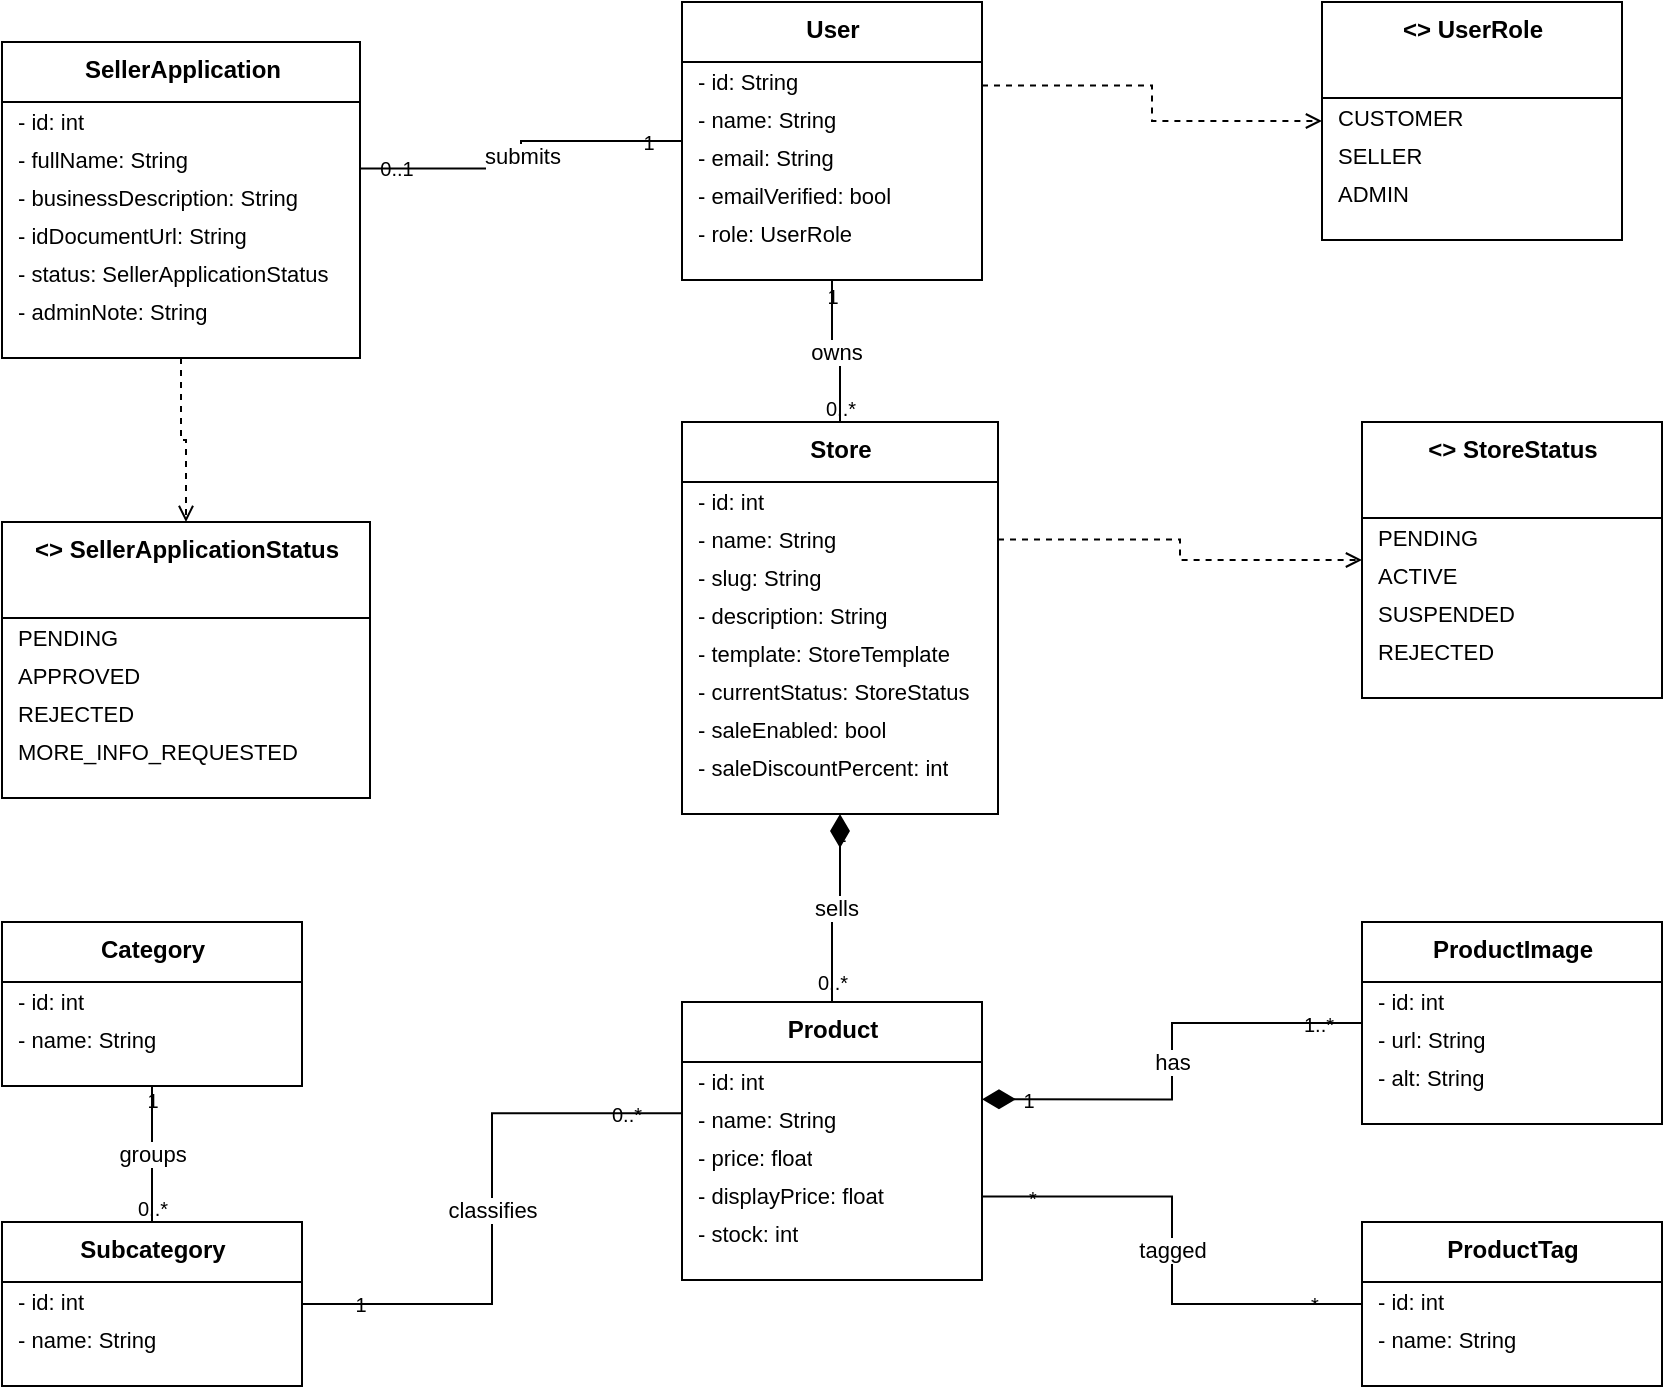
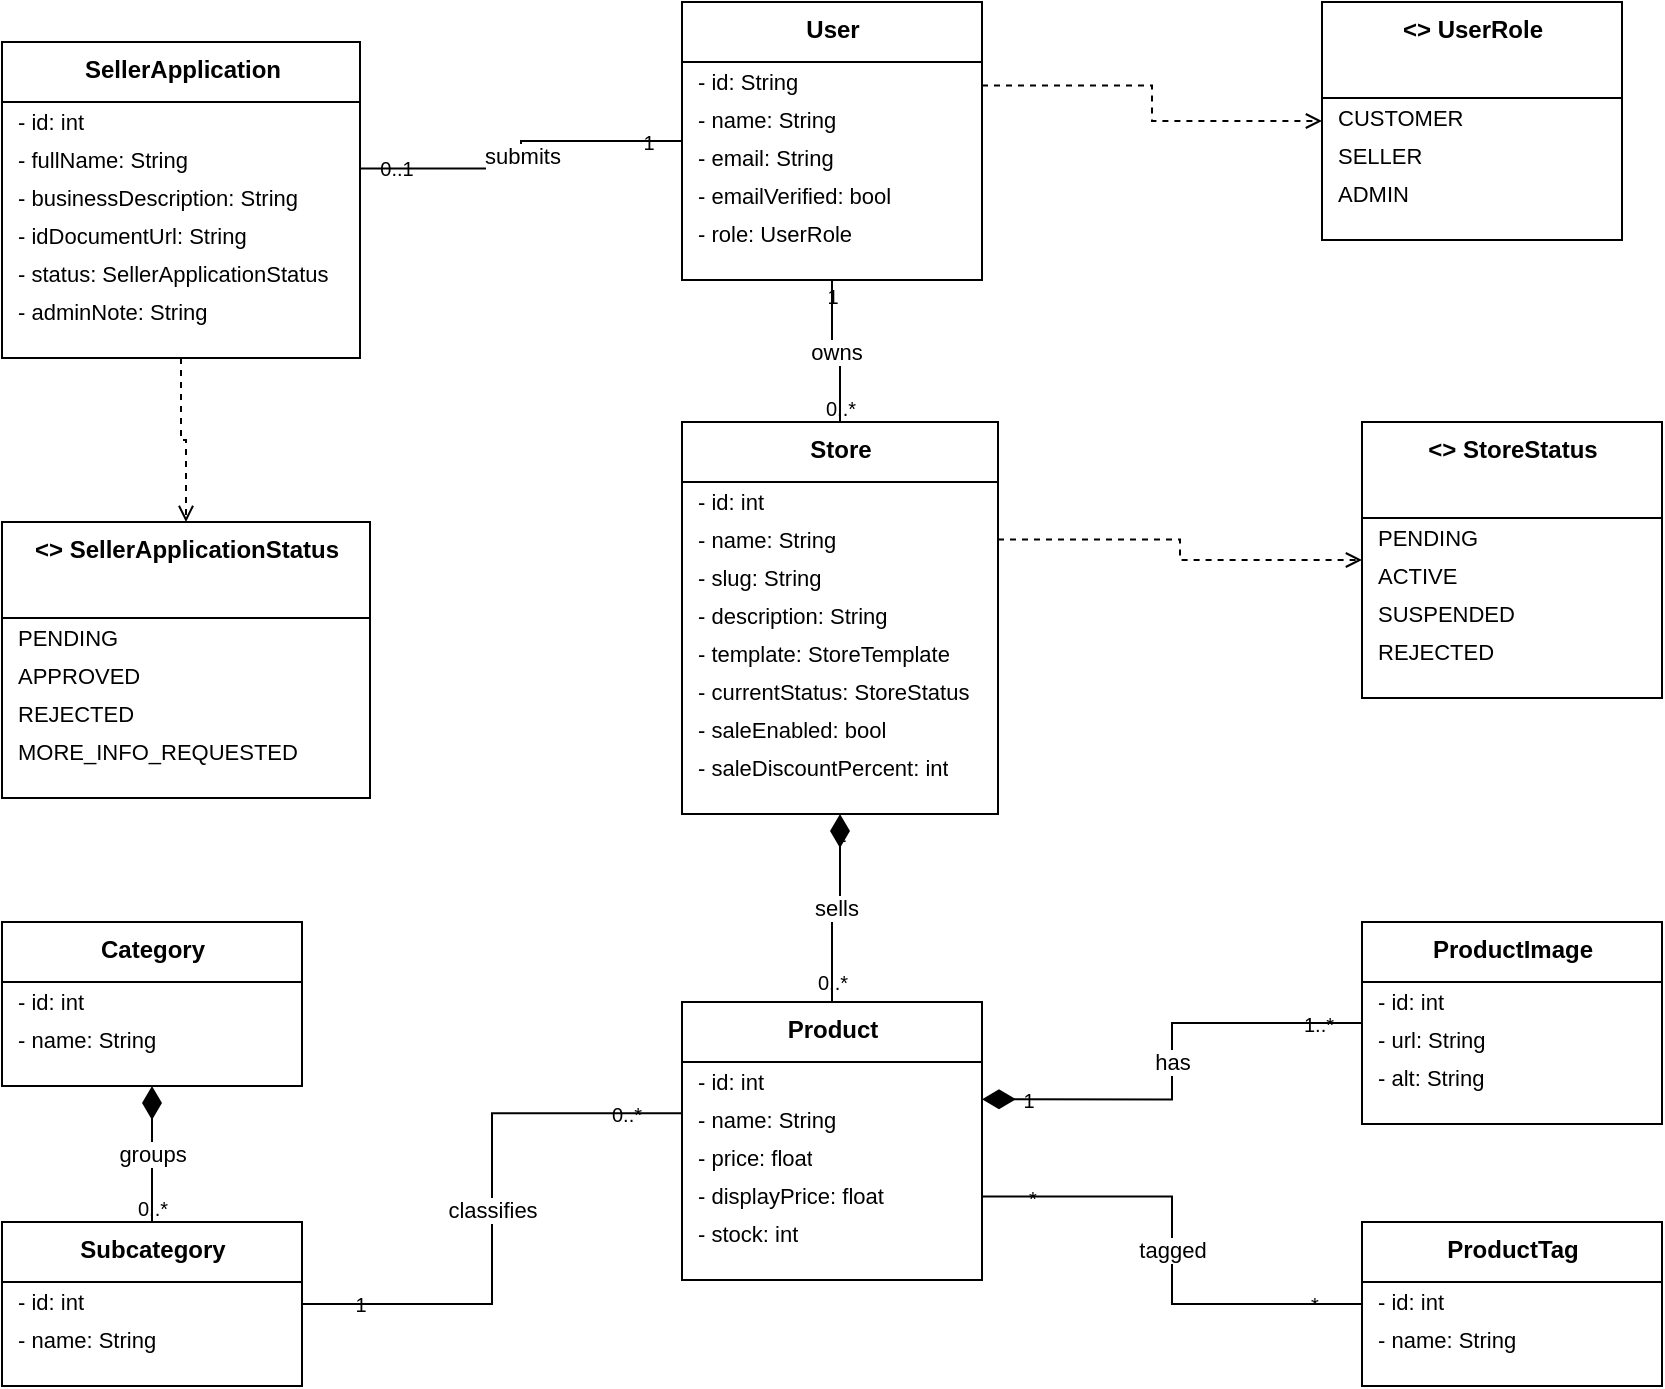
<mxfile host="app.diagrams.net" type="device">
  <diagram id="classr1" name="Release 1 Class Diagram">
    <mxGraphModel dx="1200" dy="900" grid="0" page="1" pageWidth="910" pageHeight="772" math="0" shadow="0">
      <root><mxCell id="0"/><mxCell id="1" parent="0"/>
        <mxCell id="sapp" value="SellerApplication" style="swimlane;fontStyle=1;align=center;verticalAlign=top;childLayout=stackLayout;horizontal=1;startSize=30;horizontalStack=0;resizeParent=1;resizeParentMax=0;html=1;collapsible=0;swimlaneFillColor=#ffffff;fillColor=#ffffff;strokeColor=#000000;fontColor=#000000;fontSize=12;" vertex="1" parent="1"><mxGeometry x="40" y="60" width="179" height="158" as="geometry"/></mxCell>
<mxCell id="sapp_a0" value="- id: int" style="text;strokeColor=none;fillColor=none;align=left;verticalAlign=middle;spacingLeft=6;spacingRight=6;overflow=hidden;rotatable=0;points=[];html=1;fontSize=11;fontColor=#000000;" vertex="1" parent="sapp"><mxGeometry y="30" width="179" height="19" as="geometry"/></mxCell>
<mxCell id="sapp_a1" value="- fullName: String" style="text;strokeColor=none;fillColor=none;align=left;verticalAlign=middle;spacingLeft=6;spacingRight=6;overflow=hidden;rotatable=0;points=[];html=1;fontSize=11;fontColor=#000000;" vertex="1" parent="sapp"><mxGeometry y="49" width="179" height="19" as="geometry"/></mxCell>
<mxCell id="sapp_a2" value="- businessDescription: String" style="text;strokeColor=none;fillColor=none;align=left;verticalAlign=middle;spacingLeft=6;spacingRight=6;overflow=hidden;rotatable=0;points=[];html=1;fontSize=11;fontColor=#000000;" vertex="1" parent="sapp"><mxGeometry y="68" width="179" height="19" as="geometry"/></mxCell>
<mxCell id="sapp_a3" value="- idDocumentUrl: String" style="text;strokeColor=none;fillColor=none;align=left;verticalAlign=middle;spacingLeft=6;spacingRight=6;overflow=hidden;rotatable=0;points=[];html=1;fontSize=11;fontColor=#000000;" vertex="1" parent="sapp"><mxGeometry y="87" width="179" height="19" as="geometry"/></mxCell>
<mxCell id="sapp_a4" value="- status: SellerApplicationStatus" style="text;strokeColor=none;fillColor=none;align=left;verticalAlign=middle;spacingLeft=6;spacingRight=6;overflow=hidden;rotatable=0;points=[];html=1;fontSize=11;fontColor=#000000;" vertex="1" parent="sapp"><mxGeometry y="106" width="179" height="19" as="geometry"/></mxCell>
<mxCell id="sapp_a5" value="- adminNote: String" style="text;strokeColor=none;fillColor=none;align=left;verticalAlign=middle;spacingLeft=6;spacingRight=6;overflow=hidden;rotatable=0;points=[];html=1;fontSize=11;fontColor=#000000;" vertex="1" parent="sapp"><mxGeometry y="125" width="179" height="19" as="geometry"/></mxCell>
<mxCell id="sas" value="&lt;&lt;enumeration&gt;&gt;
SellerApplicationStatus" style="swimlane;fontStyle=1;align=center;verticalAlign=top;childLayout=stackLayout;horizontal=1;startSize=48;horizontalStack=0;resizeParent=1;resizeParentMax=0;html=1;collapsible=0;swimlaneFillColor=#ffffff;fillColor=#ffffff;strokeColor=#000000;fontColor=#000000;fontSize=12;" vertex="1" parent="1"><mxGeometry x="40" y="300" width="184" height="138" as="geometry"/></mxCell>
<mxCell id="sas_a0" value="PENDING" style="text;strokeColor=none;fillColor=none;align=left;verticalAlign=middle;spacingLeft=6;spacingRight=6;overflow=hidden;rotatable=0;points=[];html=1;fontSize=11;fontColor=#000000;" vertex="1" parent="sas"><mxGeometry y="48" width="184" height="19" as="geometry"/></mxCell>
<mxCell id="sas_a1" value="APPROVED" style="text;strokeColor=none;fillColor=none;align=left;verticalAlign=middle;spacingLeft=6;spacingRight=6;overflow=hidden;rotatable=0;points=[];html=1;fontSize=11;fontColor=#000000;" vertex="1" parent="sas"><mxGeometry y="67" width="184" height="19" as="geometry"/></mxCell>
<mxCell id="sas_a2" value="REJECTED" style="text;strokeColor=none;fillColor=none;align=left;verticalAlign=middle;spacingLeft=6;spacingRight=6;overflow=hidden;rotatable=0;points=[];html=1;fontSize=11;fontColor=#000000;" vertex="1" parent="sas"><mxGeometry y="86" width="184" height="19" as="geometry"/></mxCell>
<mxCell id="sas_a3" value="MORE_INFO_REQUESTED" style="text;strokeColor=none;fillColor=none;align=left;verticalAlign=middle;spacingLeft=6;spacingRight=6;overflow=hidden;rotatable=0;points=[];html=1;fontSize=11;fontColor=#000000;" vertex="1" parent="sas"><mxGeometry y="105" width="184" height="19" as="geometry"/></mxCell>
<mxCell id="user" value="User" style="swimlane;fontStyle=1;align=center;verticalAlign=top;childLayout=stackLayout;horizontal=1;startSize=30;horizontalStack=0;resizeParent=1;resizeParentMax=0;html=1;collapsible=0;swimlaneFillColor=#ffffff;fillColor=#ffffff;strokeColor=#000000;fontColor=#000000;fontSize=12;" vertex="1" parent="1"><mxGeometry x="380" y="40" width="150" height="139" as="geometry"/></mxCell>
<mxCell id="user_a0" value="- id: String" style="text;strokeColor=none;fillColor=none;align=left;verticalAlign=middle;spacingLeft=6;spacingRight=6;overflow=hidden;rotatable=0;points=[];html=1;fontSize=11;fontColor=#000000;" vertex="1" parent="user"><mxGeometry y="30" width="150" height="19" as="geometry"/></mxCell>
<mxCell id="user_a1" value="- name: String" style="text;strokeColor=none;fillColor=none;align=left;verticalAlign=middle;spacingLeft=6;spacingRight=6;overflow=hidden;rotatable=0;points=[];html=1;fontSize=11;fontColor=#000000;" vertex="1" parent="user"><mxGeometry y="49" width="150" height="19" as="geometry"/></mxCell>
<mxCell id="user_a2" value="- email: String" style="text;strokeColor=none;fillColor=none;align=left;verticalAlign=middle;spacingLeft=6;spacingRight=6;overflow=hidden;rotatable=0;points=[];html=1;fontSize=11;fontColor=#000000;" vertex="1" parent="user"><mxGeometry y="68" width="150" height="19" as="geometry"/></mxCell>
<mxCell id="user_a3" value="- emailVerified: bool" style="text;strokeColor=none;fillColor=none;align=left;verticalAlign=middle;spacingLeft=6;spacingRight=6;overflow=hidden;rotatable=0;points=[];html=1;fontSize=11;fontColor=#000000;" vertex="1" parent="user"><mxGeometry y="87" width="150" height="19" as="geometry"/></mxCell>
<mxCell id="user_a4" value="- role: UserRole" style="text;strokeColor=none;fillColor=none;align=left;verticalAlign=middle;spacingLeft=6;spacingRight=6;overflow=hidden;rotatable=0;points=[];html=1;fontSize=11;fontColor=#000000;" vertex="1" parent="user"><mxGeometry y="106" width="150" height="19" as="geometry"/></mxCell>
<mxCell id="role" value="&lt;&lt;enumeration&gt;&gt;
UserRole" style="swimlane;fontStyle=1;align=center;verticalAlign=top;childLayout=stackLayout;horizontal=1;startSize=48;horizontalStack=0;resizeParent=1;resizeParentMax=0;html=1;collapsible=0;swimlaneFillColor=#ffffff;fillColor=#ffffff;strokeColor=#000000;fontColor=#000000;fontSize=12;" vertex="1" parent="1"><mxGeometry x="700" y="40" width="150" height="119" as="geometry"/></mxCell>
<mxCell id="role_a0" value="CUSTOMER" style="text;strokeColor=none;fillColor=none;align=left;verticalAlign=middle;spacingLeft=6;spacingRight=6;overflow=hidden;rotatable=0;points=[];html=1;fontSize=11;fontColor=#000000;" vertex="1" parent="role"><mxGeometry y="48" width="150" height="19" as="geometry"/></mxCell>
<mxCell id="role_a1" value="SELLER" style="text;strokeColor=none;fillColor=none;align=left;verticalAlign=middle;spacingLeft=6;spacingRight=6;overflow=hidden;rotatable=0;points=[];html=1;fontSize=11;fontColor=#000000;" vertex="1" parent="role"><mxGeometry y="67" width="150" height="19" as="geometry"/></mxCell>
<mxCell id="role_a2" value="ADMIN" style="text;strokeColor=none;fillColor=none;align=left;verticalAlign=middle;spacingLeft=6;spacingRight=6;overflow=hidden;rotatable=0;points=[];html=1;fontSize=11;fontColor=#000000;" vertex="1" parent="role"><mxGeometry y="86" width="150" height="19" as="geometry"/></mxCell>
<mxCell id="store" value="Store" style="swimlane;fontStyle=1;align=center;verticalAlign=top;childLayout=stackLayout;horizontal=1;startSize=30;horizontalStack=0;resizeParent=1;resizeParentMax=0;html=1;collapsible=0;swimlaneFillColor=#ffffff;fillColor=#ffffff;strokeColor=#000000;fontColor=#000000;fontSize=12;" vertex="1" parent="1"><mxGeometry x="380" y="250" width="158" height="196" as="geometry"/></mxCell>
<mxCell id="store_a0" value="- id: int" style="text;strokeColor=none;fillColor=none;align=left;verticalAlign=middle;spacingLeft=6;spacingRight=6;overflow=hidden;rotatable=0;points=[];html=1;fontSize=11;fontColor=#000000;" vertex="1" parent="store"><mxGeometry y="30" width="158" height="19" as="geometry"/></mxCell>
<mxCell id="store_a1" value="- name: String" style="text;strokeColor=none;fillColor=none;align=left;verticalAlign=middle;spacingLeft=6;spacingRight=6;overflow=hidden;rotatable=0;points=[];html=1;fontSize=11;fontColor=#000000;" vertex="1" parent="store"><mxGeometry y="49" width="158" height="19" as="geometry"/></mxCell>
<mxCell id="store_a2" value="- slug: String" style="text;strokeColor=none;fillColor=none;align=left;verticalAlign=middle;spacingLeft=6;spacingRight=6;overflow=hidden;rotatable=0;points=[];html=1;fontSize=11;fontColor=#000000;" vertex="1" parent="store"><mxGeometry y="68" width="158" height="19" as="geometry"/></mxCell>
<mxCell id="store_a3" value="- description: String" style="text;strokeColor=none;fillColor=none;align=left;verticalAlign=middle;spacingLeft=6;spacingRight=6;overflow=hidden;rotatable=0;points=[];html=1;fontSize=11;fontColor=#000000;" vertex="1" parent="store"><mxGeometry y="87" width="158" height="19" as="geometry"/></mxCell>
<mxCell id="store_a4" value="- template: StoreTemplate" style="text;strokeColor=none;fillColor=none;align=left;verticalAlign=middle;spacingLeft=6;spacingRight=6;overflow=hidden;rotatable=0;points=[];html=1;fontSize=11;fontColor=#000000;" vertex="1" parent="store"><mxGeometry y="106" width="158" height="19" as="geometry"/></mxCell>
<mxCell id="store_a5" value="- currentStatus: StoreStatus" style="text;strokeColor=none;fillColor=none;align=left;verticalAlign=middle;spacingLeft=6;spacingRight=6;overflow=hidden;rotatable=0;points=[];html=1;fontSize=11;fontColor=#000000;" vertex="1" parent="store"><mxGeometry y="125" width="158" height="19" as="geometry"/></mxCell>
<mxCell id="store_a6" value="- saleEnabled: bool" style="text;strokeColor=none;fillColor=none;align=left;verticalAlign=middle;spacingLeft=6;spacingRight=6;overflow=hidden;rotatable=0;points=[];html=1;fontSize=11;fontColor=#000000;" vertex="1" parent="store"><mxGeometry y="144" width="158" height="19" as="geometry"/></mxCell>
<mxCell id="store_a7" value="- saleDiscountPercent: int" style="text;strokeColor=none;fillColor=none;align=left;verticalAlign=middle;spacingLeft=6;spacingRight=6;overflow=hidden;rotatable=0;points=[];html=1;fontSize=11;fontColor=#000000;" vertex="1" parent="store"><mxGeometry y="163" width="158" height="19" as="geometry"/></mxCell>
<mxCell id="sstat" value="&lt;&lt;enumeration&gt;&gt;
StoreStatus" style="swimlane;fontStyle=1;align=center;verticalAlign=top;childLayout=stackLayout;horizontal=1;startSize=48;horizontalStack=0;resizeParent=1;resizeParentMax=0;html=1;collapsible=0;swimlaneFillColor=#ffffff;fillColor=#ffffff;strokeColor=#000000;fontColor=#000000;fontSize=12;" vertex="1" parent="1"><mxGeometry x="720" y="250" width="150" height="138" as="geometry"/></mxCell>
<mxCell id="sstat_a0" value="PENDING" style="text;strokeColor=none;fillColor=none;align=left;verticalAlign=middle;spacingLeft=6;spacingRight=6;overflow=hidden;rotatable=0;points=[];html=1;fontSize=11;fontColor=#000000;" vertex="1" parent="sstat"><mxGeometry y="48" width="150" height="19" as="geometry"/></mxCell>
<mxCell id="sstat_a1" value="ACTIVE" style="text;strokeColor=none;fillColor=none;align=left;verticalAlign=middle;spacingLeft=6;spacingRight=6;overflow=hidden;rotatable=0;points=[];html=1;fontSize=11;fontColor=#000000;" vertex="1" parent="sstat"><mxGeometry y="67" width="150" height="19" as="geometry"/></mxCell>
<mxCell id="sstat_a2" value="SUSPENDED" style="text;strokeColor=none;fillColor=none;align=left;verticalAlign=middle;spacingLeft=6;spacingRight=6;overflow=hidden;rotatable=0;points=[];html=1;fontSize=11;fontColor=#000000;" vertex="1" parent="sstat"><mxGeometry y="86" width="150" height="19" as="geometry"/></mxCell>
<mxCell id="sstat_a3" value="REJECTED" style="text;strokeColor=none;fillColor=none;align=left;verticalAlign=middle;spacingLeft=6;spacingRight=6;overflow=hidden;rotatable=0;points=[];html=1;fontSize=11;fontColor=#000000;" vertex="1" parent="sstat"><mxGeometry y="105" width="150" height="19" as="geometry"/></mxCell>
<mxCell id="cat" value="Category" style="swimlane;fontStyle=1;align=center;verticalAlign=top;childLayout=stackLayout;horizontal=1;startSize=30;horizontalStack=0;resizeParent=1;resizeParentMax=0;html=1;collapsible=0;swimlaneFillColor=#ffffff;fillColor=#ffffff;strokeColor=#000000;fontColor=#000000;fontSize=12;" vertex="1" parent="1"><mxGeometry x="40" y="500" width="150" height="82" as="geometry"/></mxCell>
<mxCell id="cat_a0" value="- id: int" style="text;strokeColor=none;fillColor=none;align=left;verticalAlign=middle;spacingLeft=6;spacingRight=6;overflow=hidden;rotatable=0;points=[];html=1;fontSize=11;fontColor=#000000;" vertex="1" parent="cat"><mxGeometry y="30" width="150" height="19" as="geometry"/></mxCell>
<mxCell id="cat_a1" value="- name: String" style="text;strokeColor=none;fillColor=none;align=left;verticalAlign=middle;spacingLeft=6;spacingRight=6;overflow=hidden;rotatable=0;points=[];html=1;fontSize=11;fontColor=#000000;" vertex="1" parent="cat"><mxGeometry y="49" width="150" height="19" as="geometry"/></mxCell>
<mxCell id="sub" value="Subcategory" style="swimlane;fontStyle=1;align=center;verticalAlign=top;childLayout=stackLayout;horizontal=1;startSize=30;horizontalStack=0;resizeParent=1;resizeParentMax=0;html=1;collapsible=0;swimlaneFillColor=#ffffff;fillColor=#ffffff;strokeColor=#000000;fontColor=#000000;fontSize=12;" vertex="1" parent="1"><mxGeometry x="40" y="650" width="150" height="82" as="geometry"/></mxCell>
<mxCell id="sub_a0" value="- id: int" style="text;strokeColor=none;fillColor=none;align=left;verticalAlign=middle;spacingLeft=6;spacingRight=6;overflow=hidden;rotatable=0;points=[];html=1;fontSize=11;fontColor=#000000;" vertex="1" parent="sub"><mxGeometry y="30" width="150" height="19" as="geometry"/></mxCell>
<mxCell id="sub_a1" value="- name: String" style="text;strokeColor=none;fillColor=none;align=left;verticalAlign=middle;spacingLeft=6;spacingRight=6;overflow=hidden;rotatable=0;points=[];html=1;fontSize=11;fontColor=#000000;" vertex="1" parent="sub"><mxGeometry y="49" width="150" height="19" as="geometry"/></mxCell>
<mxCell id="prod" value="Product" style="swimlane;fontStyle=1;align=center;verticalAlign=top;childLayout=stackLayout;horizontal=1;startSize=30;horizontalStack=0;resizeParent=1;resizeParentMax=0;html=1;collapsible=0;swimlaneFillColor=#ffffff;fillColor=#ffffff;strokeColor=#000000;fontColor=#000000;fontSize=12;" vertex="1" parent="1"><mxGeometry x="380" y="540" width="150" height="139" as="geometry"/></mxCell>
<mxCell id="prod_a0" value="- id: int" style="text;strokeColor=none;fillColor=none;align=left;verticalAlign=middle;spacingLeft=6;spacingRight=6;overflow=hidden;rotatable=0;points=[];html=1;fontSize=11;fontColor=#000000;" vertex="1" parent="prod"><mxGeometry y="30" width="150" height="19" as="geometry"/></mxCell>
<mxCell id="prod_a1" value="- name: String" style="text;strokeColor=none;fillColor=none;align=left;verticalAlign=middle;spacingLeft=6;spacingRight=6;overflow=hidden;rotatable=0;points=[];html=1;fontSize=11;fontColor=#000000;" vertex="1" parent="prod"><mxGeometry y="49" width="150" height="19" as="geometry"/></mxCell>
<mxCell id="prod_a2" value="- price: float" style="text;strokeColor=none;fillColor=none;align=left;verticalAlign=middle;spacingLeft=6;spacingRight=6;overflow=hidden;rotatable=0;points=[];html=1;fontSize=11;fontColor=#000000;" vertex="1" parent="prod"><mxGeometry y="68" width="150" height="19" as="geometry"/></mxCell>
<mxCell id="prod_a3" value="- displayPrice: float" style="text;strokeColor=none;fillColor=none;align=left;verticalAlign=middle;spacingLeft=6;spacingRight=6;overflow=hidden;rotatable=0;points=[];html=1;fontSize=11;fontColor=#000000;" vertex="1" parent="prod"><mxGeometry y="87" width="150" height="19" as="geometry"/></mxCell>
<mxCell id="prod_a4" value="- stock: int" style="text;strokeColor=none;fillColor=none;align=left;verticalAlign=middle;spacingLeft=6;spacingRight=6;overflow=hidden;rotatable=0;points=[];html=1;fontSize=11;fontColor=#000000;" vertex="1" parent="prod"><mxGeometry y="106" width="150" height="19" as="geometry"/></mxCell>
<mxCell id="pimg" value="ProductImage" style="swimlane;fontStyle=1;align=center;verticalAlign=top;childLayout=stackLayout;horizontal=1;startSize=30;horizontalStack=0;resizeParent=1;resizeParentMax=0;html=1;collapsible=0;swimlaneFillColor=#ffffff;fillColor=#ffffff;strokeColor=#000000;fontColor=#000000;fontSize=12;" vertex="1" parent="1"><mxGeometry x="720" y="500" width="150" height="101" as="geometry"/></mxCell>
<mxCell id="pimg_a0" value="- id: int" style="text;strokeColor=none;fillColor=none;align=left;verticalAlign=middle;spacingLeft=6;spacingRight=6;overflow=hidden;rotatable=0;points=[];html=1;fontSize=11;fontColor=#000000;" vertex="1" parent="pimg"><mxGeometry y="30" width="150" height="19" as="geometry"/></mxCell>
<mxCell id="pimg_a1" value="- url: String" style="text;strokeColor=none;fillColor=none;align=left;verticalAlign=middle;spacingLeft=6;spacingRight=6;overflow=hidden;rotatable=0;points=[];html=1;fontSize=11;fontColor=#000000;" vertex="1" parent="pimg"><mxGeometry y="49" width="150" height="19" as="geometry"/></mxCell>
<mxCell id="pimg_a2" value="- alt: String" style="text;strokeColor=none;fillColor=none;align=left;verticalAlign=middle;spacingLeft=6;spacingRight=6;overflow=hidden;rotatable=0;points=[];html=1;fontSize=11;fontColor=#000000;" vertex="1" parent="pimg"><mxGeometry y="68" width="150" height="19" as="geometry"/></mxCell>
<mxCell id="ptag" value="ProductTag" style="swimlane;fontStyle=1;align=center;verticalAlign=top;childLayout=stackLayout;horizontal=1;startSize=30;horizontalStack=0;resizeParent=1;resizeParentMax=0;html=1;collapsible=0;swimlaneFillColor=#ffffff;fillColor=#ffffff;strokeColor=#000000;fontColor=#000000;fontSize=12;" vertex="1" parent="1"><mxGeometry x="720" y="650" width="150" height="82" as="geometry"/></mxCell>
<mxCell id="ptag_a0" value="- id: int" style="text;strokeColor=none;fillColor=none;align=left;verticalAlign=middle;spacingLeft=6;spacingRight=6;overflow=hidden;rotatable=0;points=[];html=1;fontSize=11;fontColor=#000000;" vertex="1" parent="ptag"><mxGeometry y="30" width="150" height="19" as="geometry"/></mxCell>
<mxCell id="ptag_a1" value="- name: String" style="text;strokeColor=none;fillColor=none;align=left;verticalAlign=middle;spacingLeft=6;spacingRight=6;overflow=hidden;rotatable=0;points=[];html=1;fontSize=11;fontColor=#000000;" vertex="1" parent="ptag"><mxGeometry y="49" width="150" height="19" as="geometry"/></mxCell>
<mxCell id="e0" value="submits" style="edgeStyle=orthogonalEdgeStyle;rounded=0;html=1;strokeColor=#000000;exitX=0;exitY=0.5;exitDx=0;exitDy=0;entryX=1;entryY=0.4;entryDx=0;entryDy=0;endArrow=none;startArrow=none;" edge="1" parent="1" source="user" target="sapp"><mxGeometry relative="1" as="geometry"/></mxCell>
<mxCell id="e0s" value="1" style="resizable=0;html=1;fontSize=10;" vertex="1" connectable="0" parent="e0"><mxGeometry x="-0.8" relative="1" as="geometry"><mxPoint as="offset"/></mxGeometry></mxCell>
<mxCell id="e0t" value="0..1" style="resizable=0;html=1;fontSize=10;" vertex="1" connectable="0" parent="e0"><mxGeometry x="0.8" relative="1" as="geometry"><mxPoint as="offset"/></mxGeometry></mxCell>
<mxCell id="e1" value="owns" style="edgeStyle=orthogonalEdgeStyle;rounded=0;html=1;strokeColor=#000000;exitX=0.5;exitY=1;exitDx=0;exitDy=0;entryX=0.5;entryY=0;entryDx=0;entryDy=0;endArrow=none;startArrow=none;" edge="1" parent="1" source="user" target="store"><mxGeometry relative="1" as="geometry"/></mxCell>
<mxCell id="e1s" value="1" style="resizable=0;html=1;fontSize=10;" vertex="1" connectable="0" parent="e1"><mxGeometry x="-0.8" relative="1" as="geometry"><mxPoint as="offset"/></mxGeometry></mxCell>
<mxCell id="e1t" value="0..*" style="resizable=0;html=1;fontSize=10;" vertex="1" connectable="0" parent="e1"><mxGeometry x="0.8" relative="1" as="geometry"><mxPoint as="offset"/></mxGeometry></mxCell>
<mxCell id="e2" value="sells" style="edgeStyle=orthogonalEdgeStyle;rounded=0;html=1;strokeColor=#000000;exitX=0.5;exitY=1;exitDx=0;exitDy=0;entryX=0.5;entryY=0;entryDx=0;entryDy=0;startArrow=diamondThin;startFill=1;startSize=14;endArrow=none;" edge="1" parent="1" source="store" target="prod"><mxGeometry relative="1" as="geometry"/></mxCell>
<mxCell id="e2s" value="1" style="resizable=0;html=1;fontSize=10;" vertex="1" connectable="0" parent="e2"><mxGeometry x="-0.8" relative="1" as="geometry"><mxPoint as="offset"/></mxGeometry></mxCell>
<mxCell id="e2t" value="0..*" style="resizable=0;html=1;fontSize=10;" vertex="1" connectable="0" parent="e2"><mxGeometry x="0.8" relative="1" as="geometry"><mxPoint as="offset"/></mxGeometry></mxCell>
- <mxCell id="e3" value="groups" style="edgeStyle=orthogonalEdgeStyle;rounded=0;html=1;strokeColor=#000000;exitX=0.5;exitY=1;exitDx=0;exitDy=0;entryX=0.5;entryY=0;entryDx=0;entryDy=0;endArrow=none;startArrow=none;" edge="1" parent="1" source="cat" target="sub"><mxGeometry relative="1" as="geometry"/></mxCell>
- <mxCell id="e3s" value="1" style="resizable=0;html=1;fontSize=10;" vertex="1" connectable="0" parent="e3"><mxGeometry x="-0.8" relative="1" as="geometry"><mxPoint as="offset"/></mxGeometry></mxCell>
+ <mxCell id="e3" value="groups" style="edgeStyle=orthogonalEdgeStyle;rounded=0;html=1;strokeColor=#000000;exitX=0.5;exitY=1;exitDx=0;exitDy=0;entryX=0.5;entryY=0;entryDx=0;entryDy=0;startArrow=diamondThin;startFill=1;startSize=14;endArrow=none;" edge="1" parent="1" source="cat" target="sub"><mxGeometry relative="1" as="geometry"/></mxCell>
+ <mxCell id="e3s" value="" style="resizable=0;html=1;fontSize=10;" vertex="1" connectable="0" parent="e3"><mxGeometry x="-0.8" relative="1" as="geometry"><mxPoint as="offset"/></mxGeometry></mxCell>
<mxCell id="e3t" value="0..*" style="resizable=0;html=1;fontSize=10;" vertex="1" connectable="0" parent="e3"><mxGeometry x="0.8" relative="1" as="geometry"><mxPoint as="offset"/></mxGeometry></mxCell>
<mxCell id="e4" value="classifies" style="edgeStyle=orthogonalEdgeStyle;rounded=0;html=1;strokeColor=#000000;exitX=1;exitY=0.5;exitDx=0;exitDy=0;entryX=0;entryY=0.4;entryDx=0;entryDy=0;endArrow=none;startArrow=none;" edge="1" parent="1" source="sub" target="prod"><mxGeometry relative="1" as="geometry"/></mxCell>
<mxCell id="e4s" value="1" style="resizable=0;html=1;fontSize=10;" vertex="1" connectable="0" parent="e4"><mxGeometry x="-0.8" relative="1" as="geometry"><mxPoint as="offset"/></mxGeometry></mxCell>
<mxCell id="e4t" value="0..*" style="resizable=0;html=1;fontSize=10;" vertex="1" connectable="0" parent="e4"><mxGeometry x="0.8" relative="1" as="geometry"><mxPoint as="offset"/></mxGeometry></mxCell>
<mxCell id="e5" value="has" style="edgeStyle=orthogonalEdgeStyle;rounded=0;html=1;strokeColor=#000000;exitX=1;exitY=0.35;exitDx=0;exitDy=0;entryX=0;entryY=0.5;entryDx=0;entryDy=0;startArrow=diamondThin;startFill=1;startSize=14;endArrow=none;" edge="1" parent="1" source="prod" target="pimg"><mxGeometry relative="1" as="geometry"/></mxCell>
<mxCell id="e5s" value="1" style="resizable=0;html=1;fontSize=10;" vertex="1" connectable="0" parent="e5"><mxGeometry x="-0.8" relative="1" as="geometry"><mxPoint as="offset"/></mxGeometry></mxCell>
<mxCell id="e5t" value="1..*" style="resizable=0;html=1;fontSize=10;" vertex="1" connectable="0" parent="e5"><mxGeometry x="0.8" relative="1" as="geometry"><mxPoint as="offset"/></mxGeometry></mxCell>
<mxCell id="e6" value="tagged" style="edgeStyle=orthogonalEdgeStyle;rounded=0;html=1;strokeColor=#000000;exitX=1;exitY=0.7;exitDx=0;exitDy=0;entryX=0;entryY=0.5;entryDx=0;entryDy=0;endArrow=none;startArrow=none;" edge="1" parent="1" source="prod" target="ptag"><mxGeometry relative="1" as="geometry"/></mxCell>
<mxCell id="e6s" value="*" style="resizable=0;html=1;fontSize=10;" vertex="1" connectable="0" parent="e6"><mxGeometry x="-0.8" relative="1" as="geometry"><mxPoint as="offset"/></mxGeometry></mxCell>
<mxCell id="e6t" value="*" style="resizable=0;html=1;fontSize=10;" vertex="1" connectable="0" parent="e6"><mxGeometry x="0.8" relative="1" as="geometry"><mxPoint as="offset"/></mxGeometry></mxCell>
<mxCell id="e7" value="" style="edgeStyle=orthogonalEdgeStyle;rounded=0;html=1;strokeColor=#000000;exitX=1;exitY=0.3;exitDx=0;exitDy=0;entryX=0;entryY=0.5;entryDx=0;entryDy=0;dashed=1;endArrow=open;endFill=0;startArrow=none;" edge="1" parent="1" source="user" target="role"><mxGeometry relative="1" as="geometry"/></mxCell>
<mxCell id="e8" value="" style="edgeStyle=orthogonalEdgeStyle;rounded=0;html=1;strokeColor=#000000;exitX=1;exitY=0.3;exitDx=0;exitDy=0;entryX=0;entryY=0.5;entryDx=0;entryDy=0;dashed=1;endArrow=open;endFill=0;startArrow=none;" edge="1" parent="1" source="store" target="sstat"><mxGeometry relative="1" as="geometry"/></mxCell>
<mxCell id="e9" value="" style="edgeStyle=orthogonalEdgeStyle;rounded=0;html=1;strokeColor=#000000;exitX=0.5;exitY=1;exitDx=0;exitDy=0;entryX=0.5;entryY=0;entryDx=0;entryDy=0;dashed=1;endArrow=open;endFill=0;startArrow=none;" edge="1" parent="1" source="sapp" target="sas"><mxGeometry relative="1" as="geometry"/></mxCell>
      </root></mxGraphModel>
  </diagram>
</mxfile>